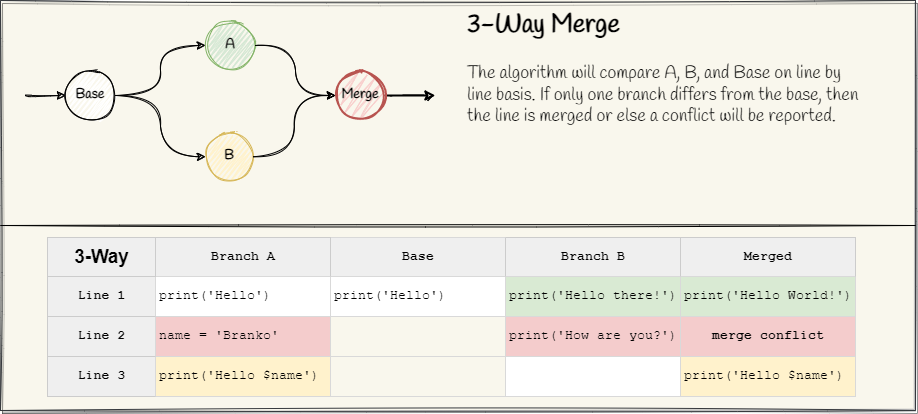
Before: Assets/images/git-merge-3-way-concept.png, a diagram exported from draw.io (braboj/tutorial-git). Source tidied: cells renumbered, new cells last; positions are measured from the earlier drawing's top-left corner, leaving out a move shared by most shapes.
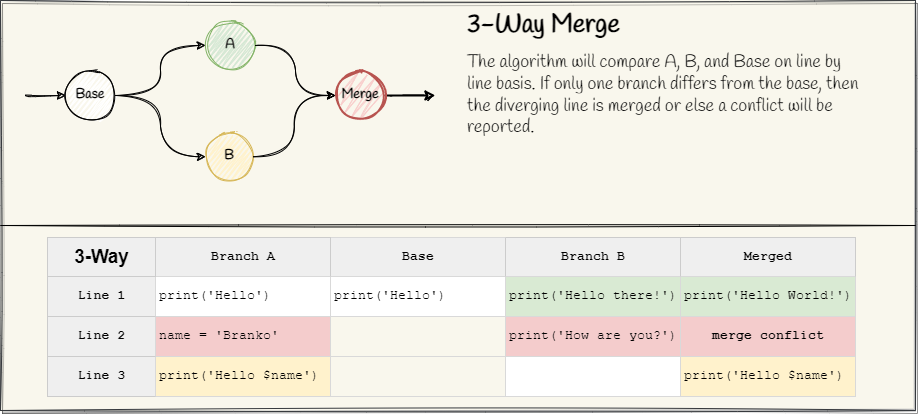
After the commit.

Diff of the diagram source:
```diff
@@ -51,7 +51,7 @@
     <mxCell id="15" value="3-Way Merge" style="text;html=1;strokeColor=none;fillColor=none;align=left;verticalAlign=middle;whiteSpace=wrap;rounded=0;fontFamily=Handlee;fontSource=https%3A%2F%2Ffonts.googleapis.com%2Fcss%3Ffamily%3DHandlee;fontSize=26;fontStyle=1;" parent="1" vertex="1">
       <mxGeometry x="465" y="10" width="240" height="30" as="geometry" />
     </mxCell>
-    <mxCell id="16" value="&lt;span style=&quot;font-size: 18px;&quot;&gt;The algorithm will compare A, B, and Base on line by line basis. If only one branch differs from the base, then the line is merged or else a conflict will be reported.&lt;/span&gt;" style="text;html=1;strokeColor=none;fillColor=none;align=left;verticalAlign=middle;whiteSpace=wrap;rounded=0;fontFamily=Handlee;fontSource=https%3A%2F%2Ffonts.googleapis.com%2Fcss%3Ffamily%3DHandlee;fontSize=18;" parent="1" vertex="1">
+    <mxCell id="16" value="&lt;span style=&quot;font-size: 18px&quot;&gt;The algorithm will compare A, B, and Base on line by line basis. If only one branch differs from the base, then the diverging line is merged or else a conflict will be reported.&lt;/span&gt;" style="text;html=1;strokeColor=none;fillColor=none;align=left;verticalAlign=middle;whiteSpace=wrap;rounded=0;fontFamily=Handlee;fontSource=https%3A%2F%2Ffonts.googleapis.com%2Fcss%3Ffamily%3DHandlee;fontSize=18;" parent="1" vertex="1">
       <mxGeometry x="465" y="40" width="395" height="110" as="geometry" />
     </mxCell>
   </root>
```
